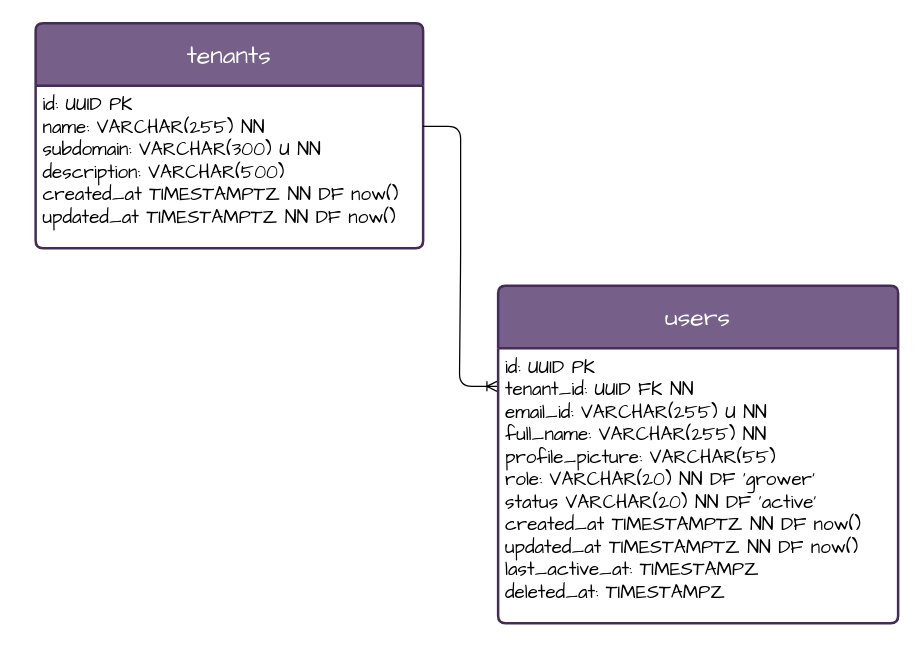
The draw.io diagram docs/db_diagram.drawio in harshal5-dev/farm-deck, before the edit. Source tidied: cells renumbered, new cells numbered last; positions are measured from the earlier drawing's top-left corner, leaving out a move shared by most shapes. Both pictures are drawn from the tidied source at 125%, with x=0, y=0 at pixel (35, 22).
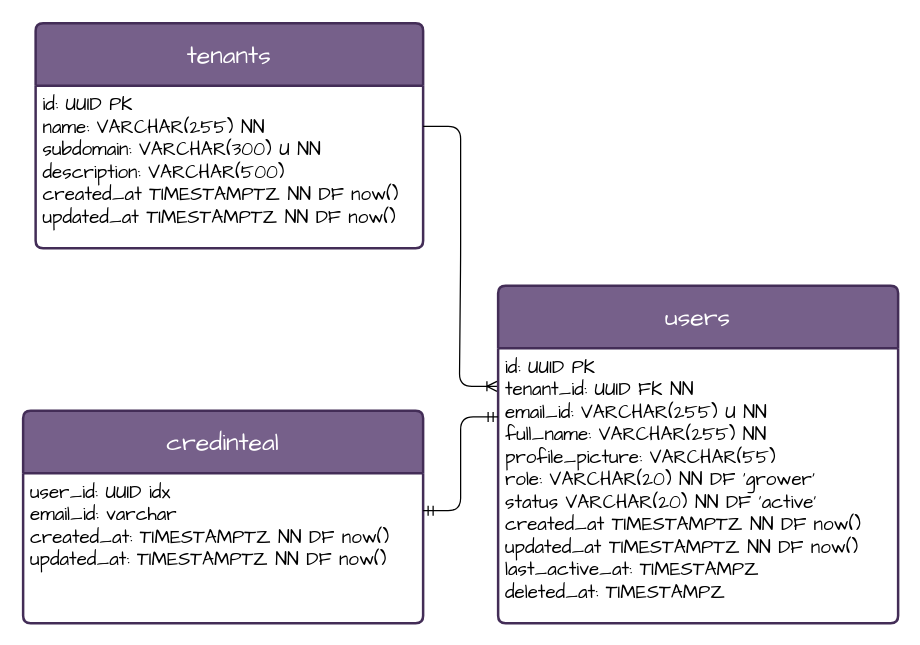
Above is the later version.

Commit message:
feat(diagram): update database diagram with new 'credinteal' entity and adjust layout

The edit, as a diff of the source:
```diff
@@
 <mxGraphModel>
   <root>
     <mxCell id="0" />
     <mxCell id="1" parent="0" />
     <mxCell id="2" value="&lt;font face=&quot;Comic Sans MS&quot;&gt;&lt;span style=&quot;font-size: 20px;&quot;&gt;tenants&lt;/span&gt;&lt;/font&gt;" style="swimlane;horizontal=1;startSize=50;rounded=1;fontSize=14;fontStyle=0;strokeWidth=2;shadow=0;dashed=0;align=center;arcSize=4;whiteSpace=wrap;html=1;fillColor=#76608a;strokeColor=#432D57;fontColor=#ffffff;" parent="1" vertex="1">
       <mxGeometry width="310" height="180" as="geometry" />
     </mxCell>
     <mxCell id="3" value="&lt;font face=&quot;Comic Sans MS&quot; style=&quot;font-size: 15px;&quot;&gt;id: UUID PK&lt;/font&gt;&lt;div&gt;&lt;font face=&quot;Comic Sans MS&quot; style=&quot;font-size: 15px;&quot;&gt;name: VARCHAR(255) NN&lt;/font&gt;&lt;/div&gt;&lt;div&gt;&lt;font face=&quot;Comic Sans MS&quot; style=&quot;font-size: 15px;&quot;&gt;subdomain: VARCHAR(300) U NN&lt;/font&gt;&lt;/div&gt;&lt;div&gt;&lt;font face=&quot;Comic Sans MS&quot; style=&quot;font-size: 15px;&quot;&gt;description: VARCHAR(500)&lt;/font&gt;&lt;/div&gt;&lt;div&gt;&lt;font face=&quot;Comic Sans MS&quot; style=&quot;font-size: 15px;&quot;&gt;created_at TIMESTAMPTZ NN DF now()&lt;/font&gt;&lt;/div&gt;&lt;div&gt;&lt;span style=&quot;font-family: &amp;quot;Comic Sans MS&amp;quot;; font-size: 15px;&quot;&gt;updated_at TIMESTAMPTZ NN DF now()&lt;/span&gt;&lt;font face=&quot;Comic Sans MS&quot; style=&quot;font-size: 15px;&quot;&gt;&lt;/font&gt;&lt;/div&gt;" style="align=left;strokeColor=none;fillColor=none;spacingLeft=4;spacingRight=4;fontSize=12;verticalAlign=top;html=1;whiteSpace=wrap;" parent="2" vertex="1">
       <mxGeometry y="50" width="310" height="130" as="geometry" />
     </mxCell>
     <mxCell id="4" value="&lt;font face=&quot;Comic Sans MS&quot;&gt;&lt;span style=&quot;font-size: 20px;&quot;&gt;users&lt;/span&gt;&lt;/font&gt;" style="swimlane;horizontal=1;startSize=50;rounded=1;fontSize=14;fontStyle=0;strokeWidth=2;shadow=0;dashed=0;align=center;arcSize=4;whiteSpace=wrap;html=1;fillColor=#76608a;strokeColor=#432D57;fontColor=#ffffff;" parent="1" vertex="1">
       <mxGeometry x="370" y="210" width="320" height="270" as="geometry" />
     </mxCell>
     <mxCell id="5" value="&lt;font face=&quot;Comic Sans MS&quot; style=&quot;font-size: 15px;&quot;&gt;id: UUID PK&lt;/font&gt;&lt;div&gt;&lt;font face=&quot;Comic Sans MS&quot;&gt;&lt;span style=&quot;font-size: 15px;&quot;&gt;tenant_id: UUID FK NN&lt;/span&gt;&lt;/font&gt;&lt;/div&gt;&lt;div&gt;&lt;font face=&quot;Comic Sans MS&quot;&gt;&lt;span style=&quot;font-size: 15px;&quot;&gt;email_id: VARCHAR(255) U NN&lt;br&gt;&lt;/span&gt;&lt;/font&gt;&lt;div&gt;&lt;font face=&quot;Comic Sans MS&quot; style=&quot;font-size: 15px;&quot;&gt;full_name: VARCHAR(255) NN&lt;/font&gt;&lt;/div&gt;&lt;div&gt;&lt;font face=&quot;Comic Sans MS&quot; style=&quot;font-size: 15px;&quot;&gt;profile_picture: VARCHAR(55)&lt;/font&gt;&lt;/div&gt;&lt;div&gt;&lt;font face=&quot;Comic Sans MS&quot; style=&quot;font-size: 15px;&quot;&gt;role: VARCHAR(20) NN DF 'grower'&lt;/font&gt;&lt;/div&gt;&lt;div&gt;&lt;font face=&quot;Comic Sans MS&quot; style=&quot;font-size: 15px;&quot;&gt;status VARCHAR(20) NN DF 'active'&lt;/font&gt;&lt;/div&gt;&lt;div&gt;&lt;font face=&quot;Comic Sans MS&quot; style=&quot;font-size: 15px;&quot;&gt;created_at TIMESTAMPTZ NN DF now()&lt;/font&gt;&lt;/div&gt;&lt;div&gt;&lt;span style=&quot;font-family: &amp;quot;Comic Sans MS&amp;quot;; font-size: 15px;&quot;&gt;updated_at TIMESTAMPTZ NN DF now()&lt;/span&gt;&lt;font face=&quot;Comic Sans MS&quot; style=&quot;font-size: 15px;&quot;&gt;&lt;/font&gt;&lt;/div&gt;&lt;/div&gt;&lt;div&gt;&lt;span style=&quot;font-family: &amp;quot;Comic Sans MS&amp;quot;; font-size: 15px;&quot;&gt;last_active_at: TIMESTAMPZ&lt;/span&gt;&lt;/div&gt;&lt;div&gt;&lt;span style=&quot;font-family: &amp;quot;Comic Sans MS&amp;quot;; font-size: 15px;&quot;&gt;deleted_at: TIMESTAMPZ&lt;/span&gt;&lt;/div&gt;" style="align=left;strokeColor=none;fillColor=none;spacingLeft=4;spacingRight=4;fontSize=12;verticalAlign=top;html=1;whiteSpace=wrap;" parent="4" vertex="1">
       <mxGeometry y="50" width="320" height="220" as="geometry" />
     </mxCell>
     <mxCell id="6" style="edgeStyle=entityRelationEdgeStyle;fontSize=12;html=1;endArrow=ERoneToMany;rounded=1;curved=0;exitX=1;exitY=0.25;exitDx=0;exitDy=0;entryX=-0.003;entryY=0.139;entryDx=0;entryDy=0;entryPerimeter=0;" parent="1" edge="1" source="3" target="5">
       <mxGeometry relative="1" as="geometry" />
     </mxCell>
+    <mxCell id="7" value="&lt;font face=&quot;Comic Sans MS&quot;&gt;&lt;span style=&quot;font-size: 20px;&quot;&gt;credinteal&lt;/span&gt;&lt;/font&gt;" style="swimlane;horizontal=1;startSize=50;rounded=1;fontSize=14;fontStyle=0;strokeWidth=2;shadow=0;dashed=0;align=center;arcSize=4;whiteSpace=wrap;html=1;fillColor=#76608a;strokeColor=#432D57;fontColor=#ffffff;" parent="1" vertex="1">
+      <mxGeometry x="-10" y="310" width="320" height="170" as="geometry" />
+    </mxCell>
+    <mxCell id="8" value="&lt;font face=&quot;Comic Sans MS&quot;&gt;&lt;span style=&quot;font-size: 15px;&quot;&gt;user_id: UUID idx&lt;/span&gt;&lt;/font&gt;&lt;div&gt;&lt;div&gt;&lt;font face=&quot;Comic Sans MS&quot; style=&quot;font-size: 15px;&quot;&gt;email_id: varchar&lt;br class=&quot;Apple-interchange-newline&quot;&gt;created_at: TIMESTAMPTZ NN DF now()&lt;/font&gt;&lt;/div&gt;&lt;div&gt;&lt;span style=&quot;font-family: &amp;quot;Comic Sans MS&amp;quot;; font-size: 15px;&quot;&gt;updated_at: TIMESTAMPTZ NN DF now()&lt;/span&gt;&lt;/div&gt;&lt;/div&gt;" style="align=left;strokeColor=none;fillColor=none;spacingLeft=4;spacingRight=4;fontSize=12;verticalAlign=top;html=1;whiteSpace=wrap;" parent="7" vertex="1">
+      <mxGeometry y="50" width="320" height="120" as="geometry" />
+    </mxCell>
+    <mxCell id="9" style="edgeStyle=entityRelationEdgeStyle;fontSize=12;html=1;endArrow=ERmandOne;startArrow=ERmandOne;rounded=1;entryX=0;entryY=0.25;entryDx=0;entryDy=0;exitX=1;exitY=0.25;exitDx=0;exitDy=0;curved=0;" parent="1" edge="1" source="8" target="5">
+      <mxGeometry relative="1" as="geometry" />
+    </mxCell>
   </root>
 </mxGraphModel>
```
